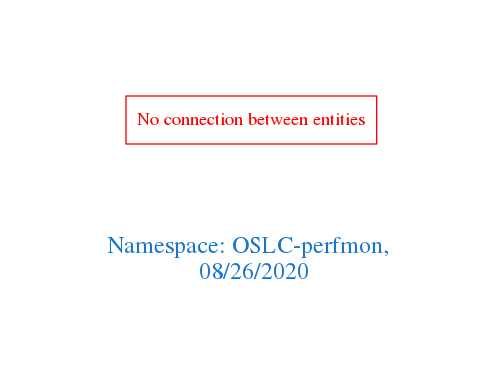
This is downloads/OSLC-perfmon.png from arago/OGIT, a Graphviz export, as it was before one commit. Its source is kept beside it as downloads/OSLC-perfmon.dot.
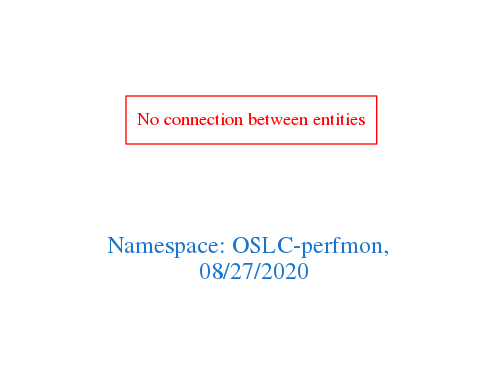
Above is the later version.

The edit, as a diff of the source:
```diff
@@ -1,7 +1,7 @@
 digraph OGIT_ontology {
  graph [ rankdir= LR,pad=1
 fontsize = 18,
-fontcolor= dodgerblue3,label = "\n\n\nNamespace: OSLC-perfmon, \n 08/26/2020"];
+fontcolor= dodgerblue3,label = "\n\n\nNamespace: OSLC-perfmon, \n 08/27/2020"];
 node[shape=polygon];
 edge [  color="gray81"];
 
```
